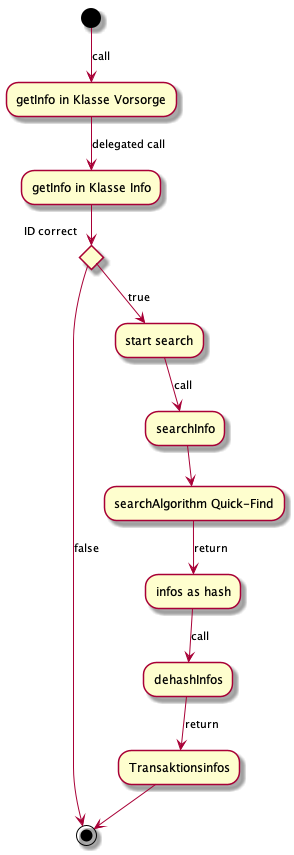
Before: docs/Aktivitätsdiagram getInfo.png, a diagram exported from PlantUML (TK5-Tim/Unibas-BCC2019-VVS). Its diagram source:
```plantuml
@startuml Aktivitätsdiagram getInfo
(*) -->[call] "getInfo in Klasse Vorsorge"
 --> [delegated call]"getInfo in Klasse Info"
 if "ID correct" then
    --> [true]"start search" as a1
 else
 ->[false](*)
 endif
 a1 -->[call] "searchInfo"
 --> "searchAlgorithm Quick-Find"
 --> [return] "infos as hash"
 --> [call] "dehashInfos"
 --> [return] "Transaktionsinfos"
 -->(*)
@enduml
```
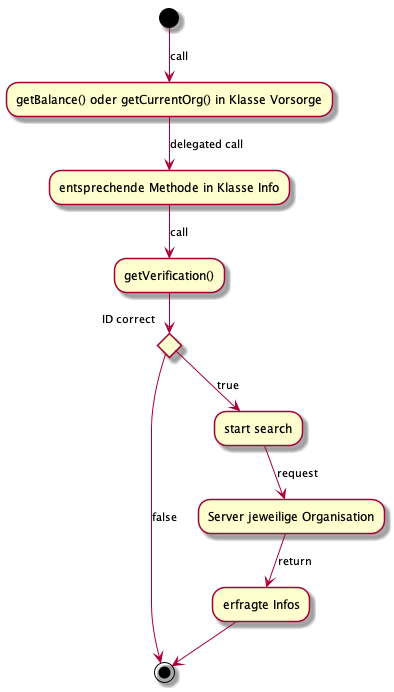
Later version of the same file.

Change to the diagram source:
```diff
@@ -1,15 +1,13 @@
 @startuml Aktivitätsdiagram getInfo
-(*) -->[call] "getInfo in Klasse Vorsorge"
- --> [delegated call]"getInfo in Klasse Info"
+(*) -->[call] "getBalance() oder getCurrentOrg() in Klasse Vorsorge"
+ --> [delegated call]"entsprechende Methode in Klasse Info"
+ --> [call] "getVerification()"
  if "ID correct" then
     --> [true]"start search" as a1
  else
  ->[false](*)
  endif
- a1 -->[call] "searchInfo"
- --> "searchAlgorithm Quick-Find"
- --> [return] "infos as hash"
- --> [call] "dehashInfos"
- --> [return] "Transaktionsinfos"
+ a1 -->[request] "Server jeweilige Organisation"
+ --> [return] "erfragte Infos"
  -->(*)
 @enduml
```
